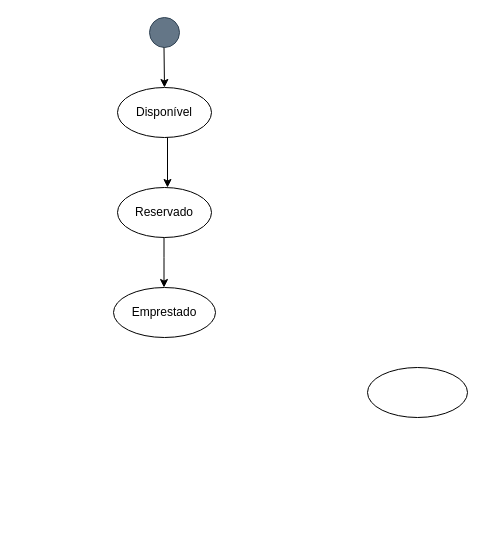
Before: page "Página-7" (7 of 7) of Diagrama sem nome.drawio in Raquelf-06/diagramasderequisitos, a draw.io diagram. Source tidied: cells renumbered, new cells numbered last; positions are measured from the earlier drawing's top-left corner, leaving out a move shared by most shapes. Both pictures are drawn from the tidied source at 100%, with x=0, y=0 at pixel (113, 17).
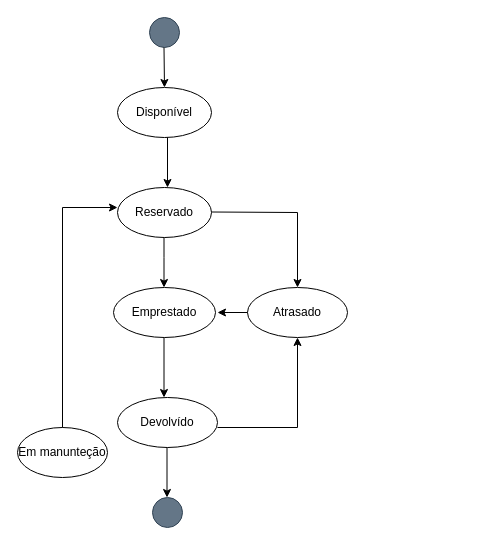
The same page after the edit.

Diff of the diagram source:
```diff
@@
-    <mxCell id="9" style="ellipse;whiteSpace=wrap;html=1;" parent="1" vertex="1">
-      <mxGeometry x="254" y="350" width="100" height="50" as="geometry" />
+    <mxCell id="9" value="Devolvído" style="ellipse;whiteSpace=wrap;html=1;" parent="1" vertex="1">
+      <mxGeometry x="4" y="380" width="100" height="50" as="geometry" />
     </mxCell>
+    <mxCell id="10" style="endArrow=classic;html=1;rounded=0;" parent="1" edge="1">
+      <mxGeometry relative="1" as="geometry">
+        <mxPoint x="50.5" y="320" as="sourcePoint" />
+        <mxPoint x="50.5" y="380" as="targetPoint" />
+      </mxGeometry>
+    </mxCell>
+    <mxCell id="11" style="endArrow=classic;html=1;rounded=0;" parent="1" edge="1">
+      <mxGeometry relative="1" as="geometry">
+        <mxPoint x="53.5" y="430" as="sourcePoint" />
+        <mxPoint x="53.5" y="480" as="targetPoint" />
+      </mxGeometry>
+    </mxCell>
+    <mxCell id="12" value="Atrasado" style="ellipse;whiteSpace=wrap;html=1;" parent="1" vertex="1">
+      <mxGeometry x="134" y="270" width="100" height="50" as="geometry" />
+    </mxCell>
+    <mxCell id="13" style="endArrow=classic;html=1;rounded=0;exitX=0;exitY=0.5;exitDx=0;exitDy=0;" parent="1" edge="1" source="12">
+      <mxGeometry relative="1" as="geometry">
+        <mxPoint x="104" y="295" as="targetPoint" />
+      </mxGeometry>
+    </mxCell>
+    <mxCell id="14" style="ellipse;whiteSpace=wrap;html=1;fillColor=#647687;fontColor=#ffffff;strokeColor=#314354;" parent="1" vertex="1">
+      <mxGeometry x="39" y="480" width="30" height="30" as="geometry" />
+    </mxCell>
+    <mxCell id="15" value="Em manunteção" style="ellipse;whiteSpace=wrap;html=1;" parent="1" vertex="1">
+      <mxGeometry x="-96" y="410" width="90" height="50" as="geometry" />
+    </mxCell>
+    <mxCell id="16" style="endArrow=classic;html=1;rounded=0;exitX=0.5;exitY=0;exitDx=0;exitDy=0;" parent="1" edge="1" source="15">
+      <mxGeometry relative="1" as="geometry">
+        <mxPoint x="4" y="190" as="targetPoint" />
+        <Array as="points">
+          <mxPoint x="-51" y="190" />
+        </Array>
+      </mxGeometry>
+    </mxCell>
+    <mxCell id="17" style="endArrow=classic;html=1;rounded=0;entryX=0.5;entryY=0;entryDx=0;entryDy=0;" parent="1" edge="1" target="12">
+      <mxGeometry relative="1" as="geometry">
+        <mxPoint x="98" y="194.5" as="sourcePoint" />
+        <Array as="points">
+          <mxPoint x="184" y="195" />
+        </Array>
+      </mxGeometry>
+    </mxCell>
+    <mxCell id="18" style="endArrow=classic;html=1;rounded=0;entryX=0.5;entryY=1;entryDx=0;entryDy=0;" parent="1" edge="1" target="12">
+      <mxGeometry relative="1" as="geometry">
+        <mxPoint x="104" y="410" as="sourcePoint" />
+        <Array as="points">
+          <mxPoint x="184" y="410" />
+        </Array>
+      </mxGeometry>
+    </mxCell>
```
